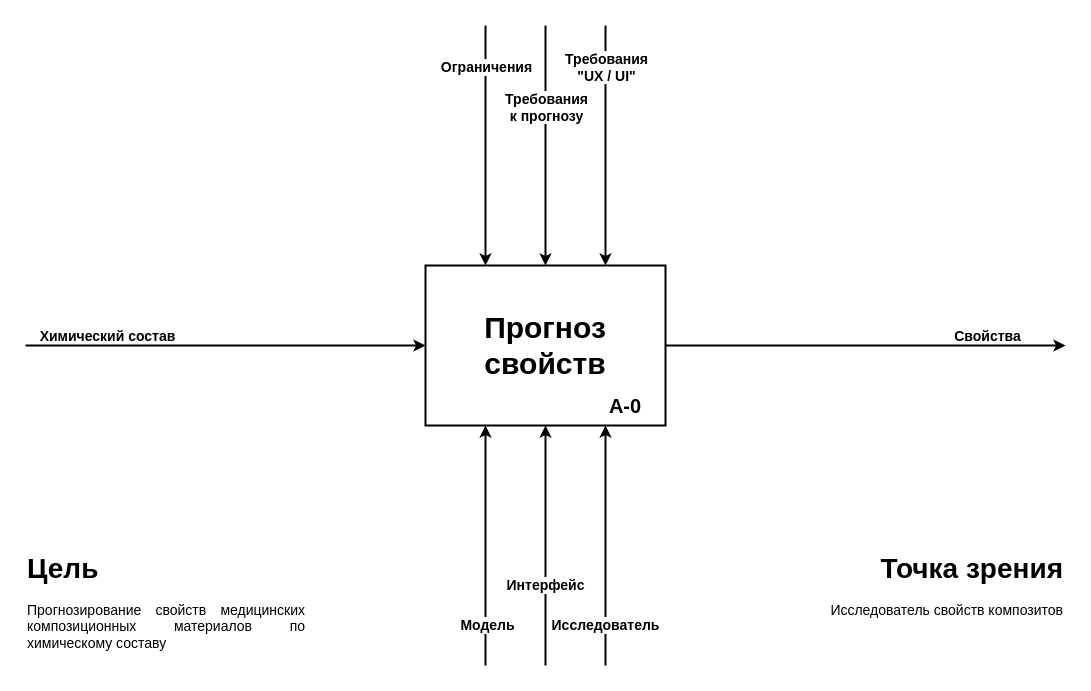
Above: page "IDEF0 (A-0)" (1 of 3) of ВКР, отчет/ВКР, приложение/ВКР, IDEF0.drawio in Cyber-Limon/Final_qualifying_work___Diploma (draw.io), before the change. Source tidied: cells renumbered, new cells numbered last; positions are measured from the earlier drawing's top-left corner, leaving out a move shared by most shapes. Both pictures are drawn from the tidied source at 100%, with x=0, y=0 at pixel (25, 25).
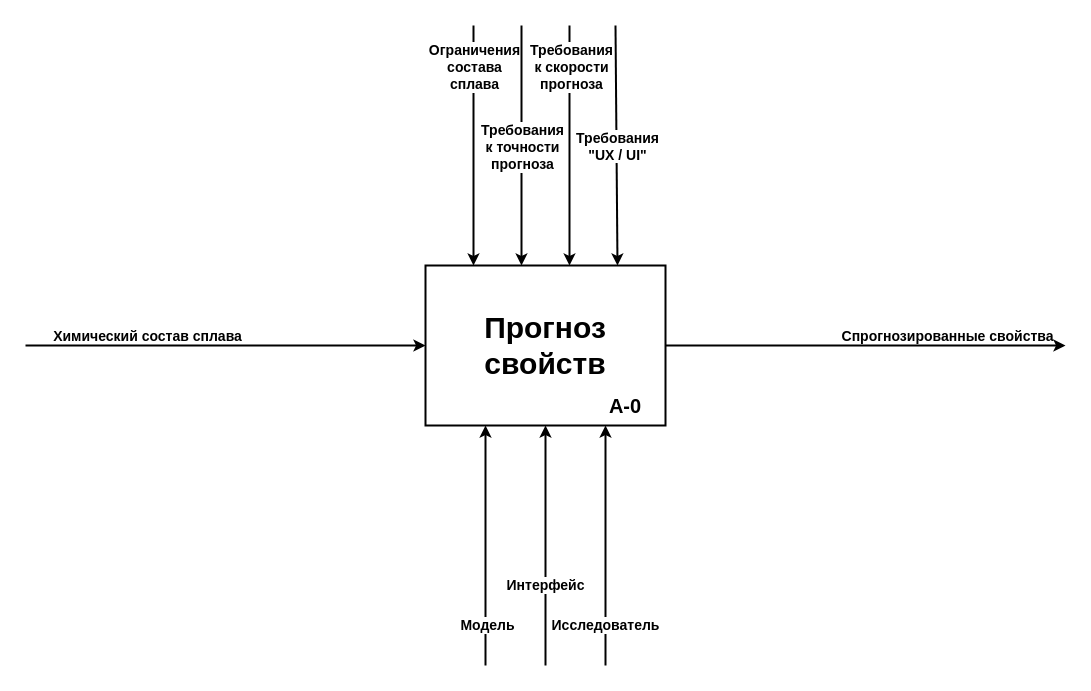
The same diagram, later.

Unchanged cells that the change refers to:
```xml
<mxCell id="4" style="endArrow=classic;html=1;rounded=0;strokeWidth=2;" parent="1" edge="1">
  <mxGeometry relative="1" as="geometry">
    <mxPoint y="320" as="sourcePoint" />
    <mxPoint x="400" y="320" as="targetPoint" />
  </mxGeometry>
</mxCell>
<mxCell id="6" style="endArrow=classic;html=1;rounded=0;strokeWidth=2;exitX=1;exitY=0.5;exitDx=0;exitDy=0;" parent="1" edge="1" source="2">
  <mxGeometry relative="1" as="geometry">
    <mxPoint x="1040" y="320" as="targetPoint" />
  </mxGeometry>
</mxCell>
```

What changed in the source:
```diff
@@
-    <mxCell id="2" value="&lt;b&gt;&lt;font style=&quot;font-size: 30px;&quot;&gt;Прогноз свойств&lt;/font&gt;&lt;/b&gt;" style="rounded=0;whiteSpace=wrap;html=1;strokeWidth=2;points=[[0,0.5,0,0,0],[0.25,0,0,0,0],[0.25,1,0,0,0],[0.5,0,0,0,0],[0.5,1,0,0,0],[0.75,0,0,0,0],[0.75,1,0,0,0],[1,0.5,0,0,0]];" parent="1" vertex="1">
+    <mxCell id="2" value="&lt;b&gt;&lt;font style=&quot;font-size: 30px;&quot;&gt;Прогноз свойств&lt;/font&gt;&lt;/b&gt;" style="rounded=0;whiteSpace=wrap;html=1;strokeWidth=2;points=[[0,0.5,0,0,0],[0.2,0,0,0,0],[0.25,1,0,0,0],[0.4,0,0,0,0],[0.5,1,0,0,0],[0.6,0,0,0,0],[0.75,1,0,0,0],[0.8,0,0,0,0],[1,0.5,0,0,0]];" parent="1" vertex="1">
       <mxGeometry x="400" y="240" width="240" height="160" as="geometry" />
     </mxCell>
@@
-    <mxCell id="5" value="Химический состав" style="edgeLabel;html=1;align=center;verticalAlign=middle;fontSize=14;fontStyle=1;labelBackgroundColor=none;" parent="4" vertex="1">
+    <mxCell id="5" value="Химический состав сплава" style="edgeLabel;html=1;align=center;verticalAlign=middle;fontSize=14;fontStyle=1;labelBackgroundColor=none;" parent="4" vertex="1">
       <mxGeometry x="-0.21" y="1" relative="1" as="geometry">
-        <mxPoint x="-77" y="-9" as="offset" />
+        <mxPoint x="-37" y="-9" as="offset" />
       </mxGeometry>
     </mxCell>
@@
-    <mxCell id="7" value="Свойства" style="edgeLabel;html=1;align=center;verticalAlign=middle;fontSize=14;fontStyle=1;labelPosition=center;verticalLabelPosition=middle;labelBackgroundColor=none;" parent="6" vertex="1">
+    <mxCell id="7" value="Спрогнозированные свойства" style="edgeLabel;html=1;align=center;verticalAlign=middle;fontSize=14;fontStyle=1;labelPosition=center;verticalLabelPosition=middle;labelBackgroundColor=none;" parent="6" vertex="1">
       <mxGeometry x="-0.21" y="1" relative="1" as="geometry">
-        <mxPoint x="163" y="-9" as="offset" />
+        <mxPoint x="123" y="-9" as="offset" />
       </mxGeometry>
     </mxCell>
@@
-    <mxCell id="10" style="endArrow=classic;html=1;rounded=0;strokeWidth=2;entryX=0.25;entryY=0;entryDx=0;entryDy=0;entryPerimeter=0;" parent="1" edge="1" target="2">
+    <mxCell id="10" style="endArrow=classic;html=1;rounded=0;strokeWidth=2;entryX=0.2;entryY=0;entryDx=0;entryDy=0;entryPerimeter=0;" parent="1" edge="1" target="2">
       <mxGeometry relative="1" as="geometry">
-        <mxPoint x="460" as="sourcePoint" />
+        <mxPoint x="448" as="sourcePoint" />
       </mxGeometry>
     </mxCell>
-    <mxCell id="11" value="Ограничения" style="edgeLabel;html=1;align=center;verticalAlign=middle;fontSize=14;fontStyle=1;labelBackgroundColor=#FFFFFF;" parent="10" vertex="1">
+    <mxCell id="11" value="Ограничения&lt;div&gt;состава&lt;/div&gt;&lt;div&gt;сплава&lt;/div&gt;" style="edgeLabel;html=1;align=center;verticalAlign=middle;fontSize=14;fontStyle=1;labelBackgroundColor=#FFFFFF;" parent="10" vertex="1">
       <mxGeometry x="-0.21" y="1" relative="1" as="geometry">
         <mxPoint x="-1" y="-54" as="offset" />
       </mxGeometry>
     </mxCell>
@@
-    <mxCell id="14" value="&lt;h1 style=&quot;text-align: justify; margin-top: 0px;&quot;&gt;&lt;font style=&quot;font-size: 28px;&quot;&gt;Цель&lt;/font&gt;&lt;/h1&gt;&lt;p style=&quot;text-align: justify;&quot;&gt;&lt;span style=&quot;font-size: 14px;&quot;&gt;Прогнозирование свойств медицинских композиционных материалов по химическому составу&lt;/span&gt;&lt;/p&gt;" style="text;html=1;whiteSpace=wrap;overflow=hidden;rounded=0;strokeWidth=2;align=left;" parent="1" vertex="1">
-      <mxGeometry y="520" width="280" height="120" as="geometry" />
-    </mxCell>
-    <mxCell id="15" value="&lt;h1 style=&quot;margin-top: 0px;&quot;&gt;&lt;font style=&quot;font-size: 28px;&quot;&gt;Точка зрения&lt;/font&gt;&lt;/h1&gt;&lt;p style=&quot;&quot;&gt;&lt;span style=&quot;font-size: 14px;&quot;&gt;Исследователь свойств композитов&lt;/span&gt;&lt;/p&gt;" style="text;html=1;whiteSpace=wrap;overflow=hidden;rounded=0;strokeWidth=2;align=right;" parent="1" vertex="1">
-      <mxGeometry x="760" y="520" width="280" height="120" as="geometry" />
-    </mxCell>
@@
-    <mxCell id="18" style="endArrow=classic;html=1;rounded=0;strokeWidth=2;entryX=0.75;entryY=0;entryDx=0;entryDy=0;entryPerimeter=0;" parent="1" edge="1" target="2">
+    <mxCell id="18" style="endArrow=classic;html=1;rounded=0;strokeWidth=2;entryX=0.6;entryY=0;entryDx=0;entryDy=0;entryPerimeter=0;" parent="1" edge="1" target="2">
       <mxGeometry relative="1" as="geometry">
-        <mxPoint x="580" as="sourcePoint" />
+        <mxPoint x="544" as="sourcePoint" />
       </mxGeometry>
     </mxCell>
-    <mxCell id="19" value="Требования&lt;div&gt;&quot;UX / UI&quot;&lt;/div&gt;" style="edgeLabel;html=1;align=center;verticalAlign=middle;fontSize=14;fontStyle=1;labelBackgroundColor=#FFFFFF;" parent="18" vertex="1">
+    <mxCell id="19" value="Требования&lt;div&gt;к скорости&lt;/div&gt;&lt;div&gt;прогноза&lt;/div&gt;" style="edgeLabel;html=1;align=center;verticalAlign=middle;fontSize=14;fontStyle=1;labelBackgroundColor=#FFFFFF;" parent="18" vertex="1">
       <mxGeometry x="-0.21" y="1" relative="1" as="geometry">
-        <mxPoint x="-1" y="-54" as="offset" />
+        <mxPoint y="-54" as="offset" />
       </mxGeometry>
     </mxCell>
-    <mxCell id="20" style="endArrow=classic;html=1;rounded=0;strokeWidth=2;entryX=0.5;entryY=0;entryDx=0;entryDy=0;entryPerimeter=0;" parent="1" edge="1" target="2">
+    <mxCell id="20" style="endArrow=classic;html=1;rounded=0;strokeWidth=2;entryX=0.4;entryY=0;entryDx=0;entryDy=0;entryPerimeter=0;" parent="1" edge="1" target="2">
       <mxGeometry relative="1" as="geometry">
-        <mxPoint x="520" as="sourcePoint" />
+        <mxPoint x="496" as="sourcePoint" />
       </mxGeometry>
     </mxCell>
-    <mxCell id="21" value="Требования&lt;div&gt;к прогнозу&lt;/div&gt;" style="edgeLabel;html=1;align=center;verticalAlign=middle;fontSize=14;fontStyle=1;labelBackgroundColor=#FFFFFF;" parent="20" vertex="1">
+    <mxCell id="21" value="Требования&lt;div&gt;к точности&lt;/div&gt;&lt;div&gt;прогноза&lt;/div&gt;" style="edgeLabel;html=1;align=center;verticalAlign=middle;fontSize=14;fontStyle=1;labelBackgroundColor=#FFFFFF;" parent="20" vertex="1">
       <mxGeometry x="-0.21" y="1" relative="1" as="geometry">
-        <mxPoint x="-1" y="-14" as="offset" />
+        <mxPoint x="-1" y="26" as="offset" />
       </mxGeometry>
     </mxCell>
+    <mxCell id="22" style="endArrow=classic;html=1;rounded=0;strokeWidth=2;entryX=0.8;entryY=0;entryDx=0;entryDy=0;entryPerimeter=0;" parent="1" edge="1" target="2">
+      <mxGeometry relative="1" as="geometry">
+        <mxPoint x="590" as="sourcePoint" />
+      </mxGeometry>
+    </mxCell>
+    <mxCell id="23" value="Требования&lt;div&gt;&quot;UX / UI&quot;&lt;/div&gt;" style="edgeLabel;html=1;align=center;verticalAlign=middle;fontSize=14;fontStyle=1;labelBackgroundColor=#FFFFFF;" parent="22" vertex="1">
+      <mxGeometry x="-0.21" y="1" relative="1" as="geometry">
+        <mxPoint y="26" as="offset" />
+      </mxGeometry>
+    </mxCell>
```
